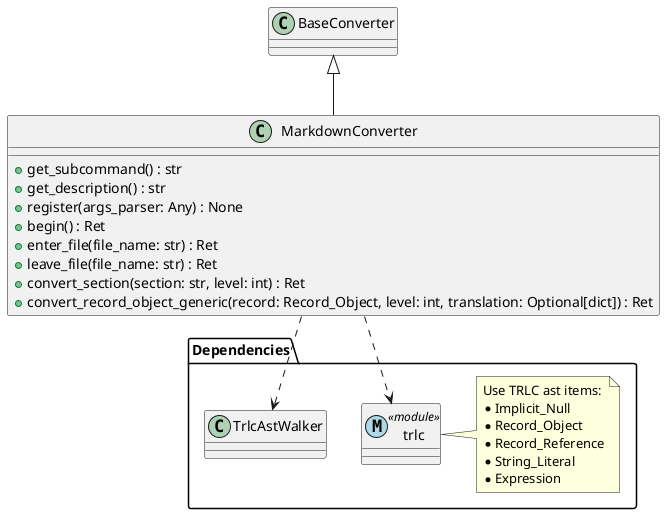
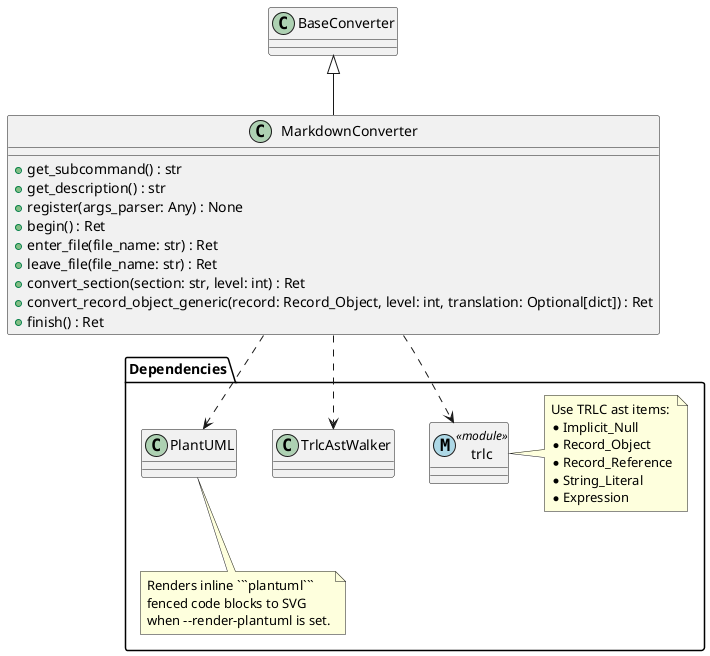
@startuml

class BaseConverter {
}
class MarkdownConverter extends BaseConverter {
    +get_subcommand() : str
    +get_description() : str
    +register(args_parser: Any) : None
    +begin() : Ret
    +enter_file(file_name: str) : Ret
    +leave_file(file_name: str) : Ret
    +convert_section(section: str, level: int) : Ret
    +convert_record_object_generic(record: Record_Object, level: int, translation: Optional[dict]) : Ret
+     +finish() : Ret
}


package "Dependencies" {

    class "trlc" <<(M ,lightblue) module>>{
    }

    note right of "trlc"
        Use TRLC ast items:
        * Implicit_Null
        * Record_Object
        * Record_Reference
        * String_Literal
        * Expression
    end note

    class TrlcAstWalker {
    }
+ 
+     class PlantUML {
+     }
+     note bottom of PlantUML
+         Renders inline ```plantuml```
+         fenced code blocks to SVG
+         when --render-plantuml is set.
+     end note
}

MarkdownConverter ..> "trlc"
MarkdownConverter ..> TrlcAstWalker
+ MarkdownConverter ..> PlantUML

@enduml